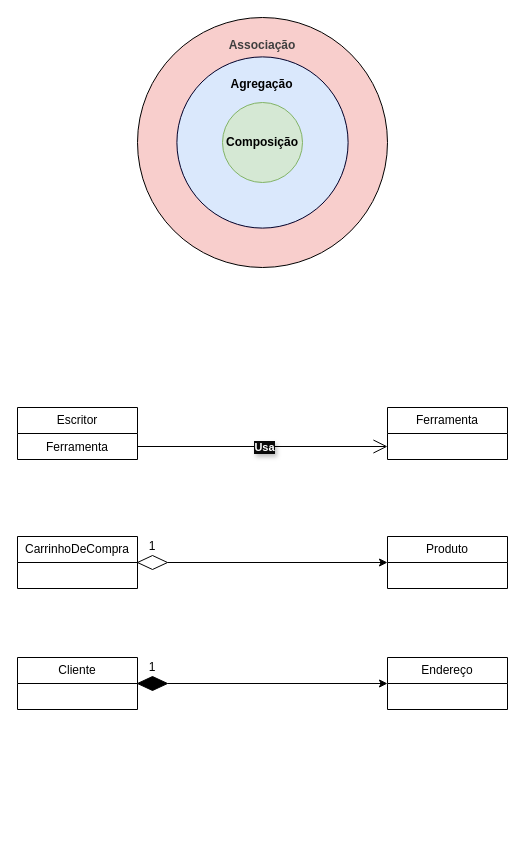
JoaoAugustoColassoHandocha/Codigos_Aulas_Curso_de_Python_3_do_basico_ao_avancado keeps this draw.io diagram as Secao_3_Introducao_a_Programacao_Orientada_a_Objetos_em_Python/Codigo_176.drawio. Above is the earlier version. Source tidied: cells renumbered, new cells numbered last; positions are measured from the earlier drawing's top-left corner, leaving out a move shared by most shapes. Both pictures are drawn from the tidied source at 100%, with x=0, y=0 at pixel (17, 17).
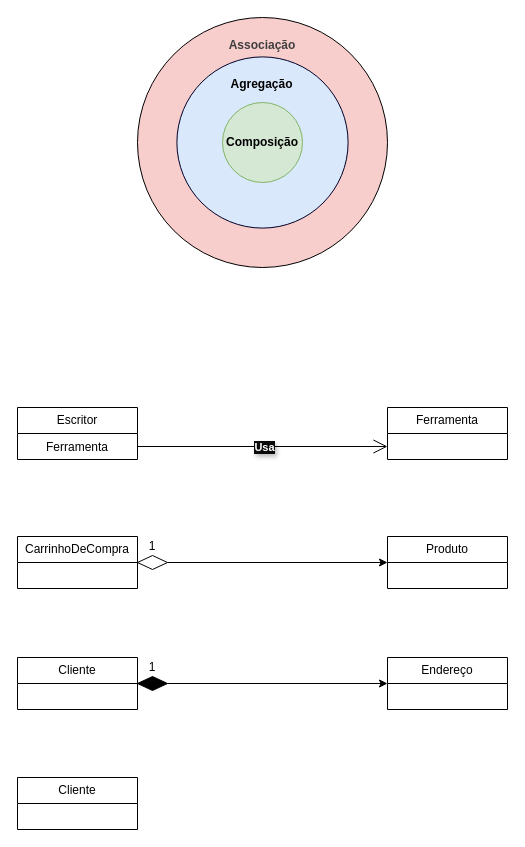
The same diagram, later.

Change to the diagram source:
```diff
@@
+    <mxCell id="22" value="Cliente" style="swimlane;fontStyle=0;horizontal=1;startSize=26;fillColor=none;whiteSpace=wrap;html=1;" parent="1" vertex="1">
+      <mxGeometry y="760" width="120" height="52" as="geometry" />
+    </mxCell>
```
